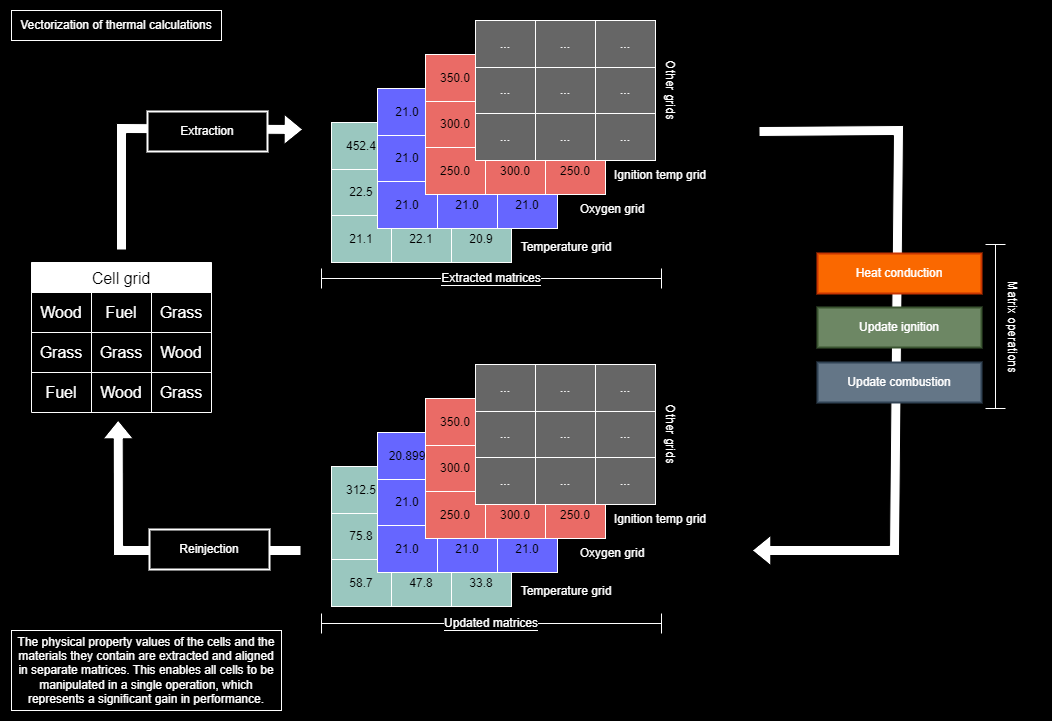
Earlier version of the draw.io export assets/readme/matrices.png (Kartmaan/fire-simulation). Source tidied: cells renumbered, new cells last; positions are measured from the earlier drawing's top-left corner, leaving out a move shared by most shapes.
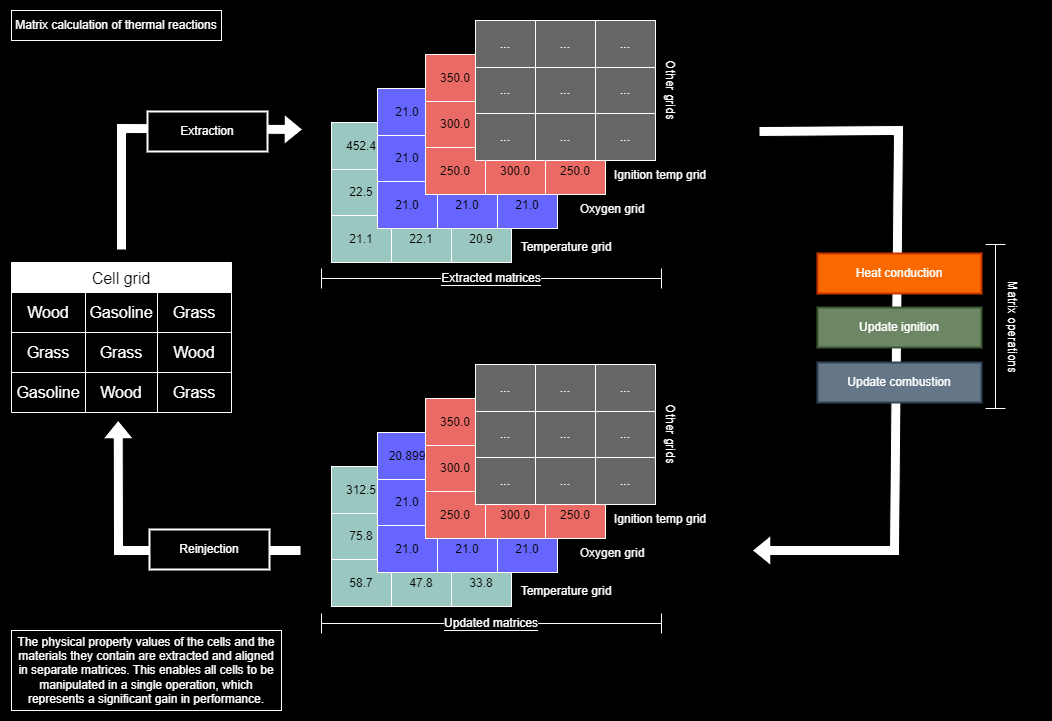
The same file after the commit.

Diff of the diagram source:
```diff
@@ -361,43 +361,43 @@
       </mxGeometry>
     </mxCell>
     <mxCell id="117" value="Cell grid" style="shape=table;startSize=30;strokeColor=#FFFFFF;fontSize=16;" parent="1" vertex="1">
-      <mxGeometry x="31" y="262" width="180" height="150" as="geometry" />
+      <mxGeometry x="11" y="262" width="220" height="150" as="geometry" />
     </mxCell>
     <mxCell id="118" style="shape=tableRow;horizontal=0;startSize=0;swimlaneHead=0;swimlaneBody=0;strokeColor=inherit;top=0;left=0;bottom=0;right=0;fillColor=none;fontSize=16;" parent="117" vertex="1">
-      <mxGeometry y="30" width="180" height="40" as="geometry" />
+      <mxGeometry y="30" width="220" height="40" as="geometry" />
     </mxCell>
     <mxCell id="119" value="&lt;font color=&quot;#ffffff&quot;&gt;Wood&lt;/font&gt;" style="shape=partialRectangle;html=1;whiteSpace=wrap;strokeColor=inherit;overflow=hidden;fillColor=none;top=0;left=0;bottom=0;right=0;fontSize=16;" parent="118" vertex="1">
-      <mxGeometry width="60" height="40" as="geometry" />
+      <mxGeometry width="74" height="40" as="geometry" />
     </mxCell>
-    <mxCell id="120" value="&lt;font color=&quot;#ffffff&quot;&gt;Fuel&lt;/font&gt;" style="shape=partialRectangle;html=1;whiteSpace=wrap;strokeColor=inherit;overflow=hidden;fillColor=none;top=0;left=0;bottom=0;right=0;fontSize=16;" parent="118" vertex="1">
-      <mxGeometry x="60" width="60" height="40" as="geometry" />
+    <mxCell id="120" value="&lt;font color=&quot;#ffffff&quot;&gt;Gasoline&lt;/font&gt;" style="shape=partialRectangle;html=1;whiteSpace=wrap;strokeColor=inherit;overflow=hidden;fillColor=none;top=0;left=0;bottom=0;right=0;fontSize=16;" parent="118" vertex="1">
+      <mxGeometry x="74" width="72" height="40" as="geometry" />
     </mxCell>
     <mxCell id="121" value="&lt;font color=&quot;#ffffff&quot;&gt;Grass&lt;br&gt;&lt;/font&gt;" style="shape=partialRectangle;html=1;whiteSpace=wrap;strokeColor=inherit;overflow=hidden;fillColor=none;top=0;left=0;bottom=0;right=0;fontSize=16;" parent="118" vertex="1">
-      <mxGeometry x="120" width="60" height="40" as="geometry" />
+      <mxGeometry x="146" width="74" height="40" as="geometry" />
     </mxCell>
     <mxCell id="122" style="shape=tableRow;horizontal=0;startSize=0;swimlaneHead=0;swimlaneBody=0;strokeColor=inherit;top=0;left=0;bottom=0;right=0;fillColor=none;fontSize=16;" parent="117" vertex="1">
-      <mxGeometry y="70" width="180" height="40" as="geometry" />
+      <mxGeometry y="70" width="220" height="40" as="geometry" />
     </mxCell>
     <mxCell id="123" value="&lt;font color=&quot;#ffffff&quot;&gt;Grass&lt;/font&gt;" style="shape=partialRectangle;html=1;whiteSpace=wrap;strokeColor=inherit;overflow=hidden;fillColor=none;top=0;left=0;bottom=0;right=0;fontSize=16;" parent="122" vertex="1">
-      <mxGeometry width="60" height="40" as="geometry" />
+      <mxGeometry width="74" height="40" as="geometry" />
     </mxCell>
     <mxCell id="124" value="&lt;font color=&quot;#ffffff&quot;&gt;Grass&lt;/font&gt;" style="shape=partialRectangle;html=1;whiteSpace=wrap;strokeColor=inherit;overflow=hidden;fillColor=none;top=0;left=0;bottom=0;right=0;fontSize=16;" parent="122" vertex="1">
-      <mxGeometry x="60" width="60" height="40" as="geometry" />
+      <mxGeometry x="74" width="72" height="40" as="geometry" />
     </mxCell>
     <mxCell id="125" value="&lt;font color=&quot;#ffffff&quot;&gt;Wood&lt;/font&gt;" style="shape=partialRectangle;html=1;whiteSpace=wrap;strokeColor=inherit;overflow=hidden;fillColor=none;top=0;left=0;bottom=0;right=0;fontSize=16;" parent="122" vertex="1">
-      <mxGeometry x="120" width="60" height="40" as="geometry" />
+      <mxGeometry x="146" width="74" height="40" as="geometry" />
     </mxCell>
     <mxCell id="126" style="shape=tableRow;horizontal=0;startSize=0;swimlaneHead=0;swimlaneBody=0;strokeColor=inherit;top=0;left=0;bottom=0;right=0;fillColor=none;fontSize=16;" parent="117" vertex="1">
-      <mxGeometry y="110" width="180" height="40" as="geometry" />
+      <mxGeometry y="110" width="220" height="40" as="geometry" />
     </mxCell>
-    <mxCell id="127" value="&lt;font color=&quot;#ffffff&quot;&gt;Fuel&lt;/font&gt;" style="shape=partialRectangle;html=1;whiteSpace=wrap;strokeColor=inherit;overflow=hidden;fillColor=none;top=0;left=0;bottom=0;right=0;fontSize=16;" parent="126" vertex="1">
-      <mxGeometry width="60" height="40" as="geometry" />
+    <mxCell id="127" value="&lt;font color=&quot;#ffffff&quot;&gt;Gasoline&lt;/font&gt;" style="shape=partialRectangle;html=1;whiteSpace=wrap;strokeColor=inherit;overflow=hidden;fillColor=none;top=0;left=0;bottom=0;right=0;fontSize=16;" parent="126" vertex="1">
+      <mxGeometry width="74" height="40" as="geometry" />
     </mxCell>
     <mxCell id="128" value="&lt;font color=&quot;#ffffff&quot;&gt;Wood&lt;/font&gt;" style="shape=partialRectangle;html=1;whiteSpace=wrap;strokeColor=inherit;overflow=hidden;fillColor=none;top=0;left=0;bottom=0;right=0;fontSize=16;" parent="126" vertex="1">
-      <mxGeometry x="60" width="60" height="40" as="geometry" />
+      <mxGeometry x="74" width="72" height="40" as="geometry" />
     </mxCell>
     <mxCell id="129" value="&lt;font color=&quot;#ffffff&quot;&gt;Grass&lt;/font&gt;" style="shape=partialRectangle;html=1;whiteSpace=wrap;strokeColor=inherit;overflow=hidden;fillColor=none;top=0;left=0;bottom=0;right=0;fontSize=16;" parent="126" vertex="1">
-      <mxGeometry x="120" width="60" height="40" as="geometry" />
+      <mxGeometry x="146" width="74" height="40" as="geometry" />
     </mxCell>
     <mxCell id="130" style="shape=flexArrow;endArrow=classic;html=1;rounded=0;fillColor=default;entryX=0.476;entryY=1.105;entryDx=0;entryDy=0;entryPerimeter=0;" parent="1" edge="1">
       <mxGeometry relative="1" as="geometry">
@@ -435,7 +435,7 @@
     <mxCell id="139" value="&lt;font color=&quot;#ffffff&quot; style=&quot;background-color: rgb(0, 0, 0);&quot;&gt;Updated matrices&lt;/font&gt;" style="shape=crossbar;whiteSpace=wrap;html=1;rounded=1;strokeColor=#FFFFFF;labelBackgroundColor=#FFFFFF;fontColor=#000000;" parent="1" vertex="1">
       <mxGeometry x="321" y="613" width="340" height="20" as="geometry" />
     </mxCell>
-    <mxCell id="140" value="Vectorization of thermal calculations" style="text;html=1;strokeColor=#FFFFFF;fillColor=none;align=center;verticalAlign=middle;whiteSpace=wrap;rounded=0;fontColor=#FFFFFF;fontStyle=0;" parent="1" vertex="1">
+    <mxCell id="140" value="Matrix calculation of thermal reactions" style="text;html=1;strokeColor=#FFFFFF;fillColor=none;align=center;verticalAlign=middle;whiteSpace=wrap;rounded=0;fontColor=#FFFFFF;fontStyle=0;" parent="1" vertex="1">
       <mxGeometry x="11" y="10" width="210" height="30" as="geometry" />
     </mxCell>
     <mxCell id="141" value="The physical property values of the cells and the materials they contain are extracted and aligned in separate matrices. This enables all cells to be manipulated in a single operation, which represents a significant gain in performance." style="text;html=1;strokeColor=#FFFFFF;fillColor=none;align=center;verticalAlign=middle;whiteSpace=wrap;rounded=0;fontColor=#FFFFFF;fontStyle=0;" parent="1" vertex="1">
```
